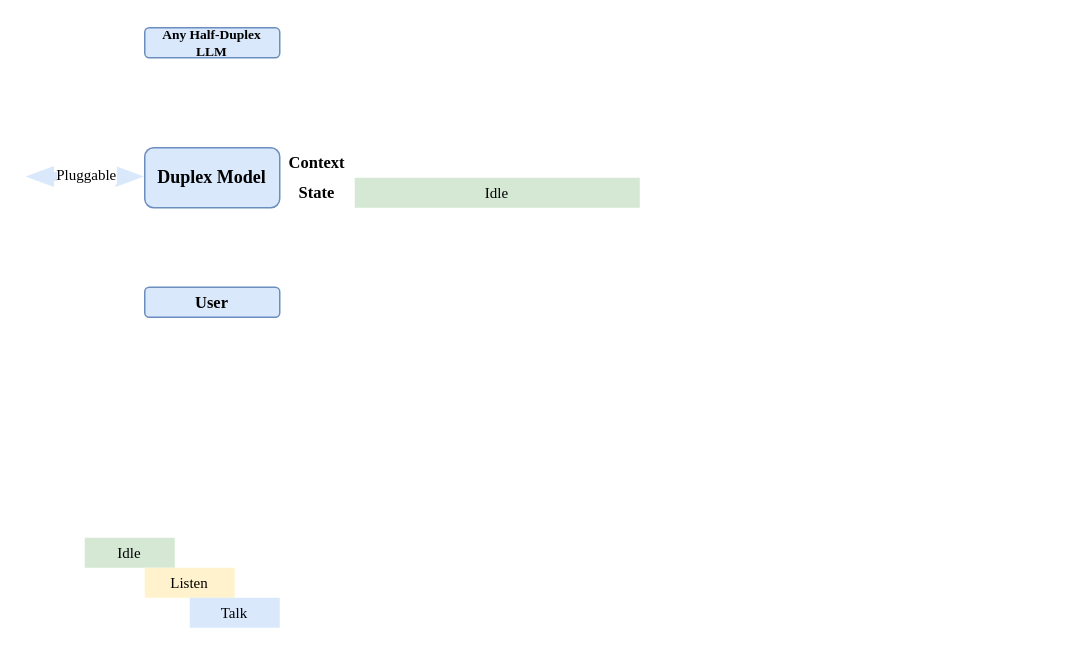
MrYKY/LeetCode_Rec keeps this draw.io diagram as 图1.drawio. Above is the earlier version. Source tidied: cells renumbered, new cells numbered last; positions are measured from the earlier drawing's top-left corner, leaving out a move shared by most shapes. Both pictures are drawn from the tidied source at 150%, with x=0, y=0 at pixel (24, 27).
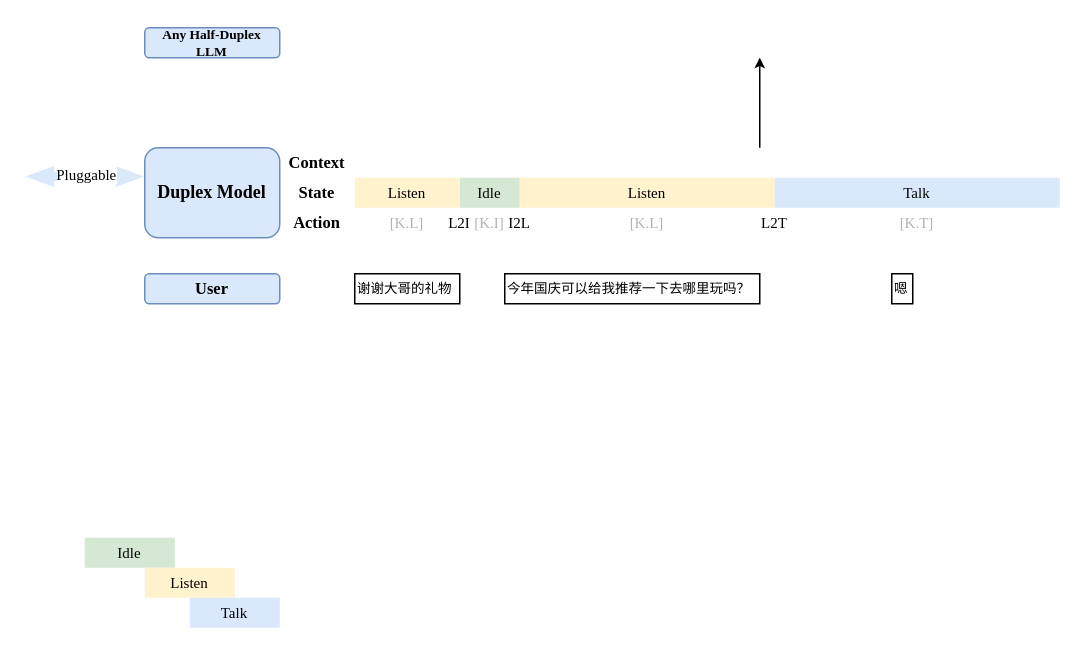
The same page after the edit.

Diff of the diagram source:
```diff
@@
     <mxCell id="5" value="&lt;font face=&quot;Times New Roman&quot;&gt;Duplex Model&lt;/font&gt;" style="rounded=1;whiteSpace=wrap;html=1;fontSize=12;fillColor=#dae8fc;strokeColor=#6c8ebf;glass=0;shadow=0;comic=0;enumerate=0;fontStyle=1;" parent="1" vertex="1">
-      <mxGeometry x="80" y="80" width="90" height="40" as="geometry" />
+      <mxGeometry x="80" y="80" width="90" height="60" as="geometry" />
     </mxCell>
     <mxCell id="6" value="&lt;font face=&quot;Times New Roman&quot;&gt;User&lt;/font&gt;" style="rounded=1;whiteSpace=wrap;html=1;fontSize=11;fillColor=#dae8fc;strokeColor=#6c8ebf;fontStyle=1;" parent="1" vertex="1">
-      <mxGeometry x="80" y="173" width="90" height="20" as="geometry" />
+      <mxGeometry x="80" y="164" width="90" height="20" as="geometry" />
     </mxCell>
     <mxCell id="7" value="Idle" style="rounded=0;whiteSpace=wrap;html=1;strokeColor=none;fillColor=#d5e8d4;fontSize=10;fontFamily=Times New Roman;" parent="1" vertex="1">
-      <mxGeometry x="220" y="100" width="190" height="20" as="geometry" />
+      <mxGeometry x="290" y="100" width="40" height="20" as="geometry" />
     </mxCell>
@@
+    <mxCell id="13" value="谢谢大哥的礼物" style="rounded=0;whiteSpace=wrap;html=1;fontSize=9;fontFamily=Times New Roman;align=left;" parent="1" vertex="1">
+      <mxGeometry x="220" y="164" width="70" height="20" as="geometry" />
+    </mxCell>
+    <mxCell id="14" value="今年国庆可以给我推荐一下去哪里玩吗？" style="rounded=0;whiteSpace=wrap;html=1;fontSize=9;fontFamily=Times New Roman;align=left;" parent="1" vertex="1">
+      <mxGeometry x="320" y="164" width="170" height="20" as="geometry" />
+    </mxCell>
+    <mxCell id="15" value="Listen" style="rounded=0;whiteSpace=wrap;html=1;strokeColor=none;fillColor=#fff2cc;fontSize=10;fontFamily=Times New Roman;" parent="1" vertex="1">
+      <mxGeometry x="220" y="100" width="70" height="20" as="geometry" />
+    </mxCell>
+    <mxCell id="16" value="Listen" style="rounded=0;whiteSpace=wrap;html=1;strokeColor=none;fillColor=#fff2cc;fontSize=10;fontFamily=Times New Roman;" parent="1" vertex="1">
+      <mxGeometry x="330" y="100" width="170" height="20" as="geometry" />
+    </mxCell>
+    <mxCell id="17" value="Talk" style="rounded=0;whiteSpace=wrap;html=1;strokeColor=none;fillColor=#dae8fc;fontSize=10;fontFamily=Times New Roman;" parent="1" vertex="1">
+      <mxGeometry x="500" y="100" width="190" height="20" as="geometry" />
+    </mxCell>
+    <mxCell id="18" style="endArrow=classic;html=1;rounded=0;exitX=0;exitY=0;exitDx=0;exitDy=0;fontSize=9;strokeWidth=1;curved=0;endSize=4;startSize=4;" parent="1" edge="1">
+      <mxGeometry relative="1" as="geometry">
+        <mxPoint x="490" y="80" as="sourcePoint" />
+        <mxPoint x="490" y="20" as="targetPoint" />
+        <Array as="points">
+          <mxPoint x="490" y="20" />
+        </Array>
+      </mxGeometry>
+    </mxCell>
+    <mxCell id="19" value="嗯" style="rounded=0;whiteSpace=wrap;html=1;fontSize=9;fontFamily=Times New Roman;align=left;" parent="1" vertex="1">
+      <mxGeometry x="578" y="164" width="14" height="20" as="geometry" />
+    </mxCell>
+    <mxCell id="20" value="L2I" style="text;html=1;align=center;verticalAlign=middle;whiteSpace=wrap;rounded=0;fontSize=10;fontFamily=Times New Roman;" parent="1" vertex="1">
+      <mxGeometry x="280" y="120" width="20" height="20" as="geometry" />
+    </mxCell>
+    <mxCell id="21" value="I2L" style="text;html=1;align=center;verticalAlign=middle;whiteSpace=wrap;rounded=0;fontSize=10;fontFamily=Times New Roman;" parent="1" vertex="1">
+      <mxGeometry x="320" y="120" width="20" height="20" as="geometry" />
+    </mxCell>
+    <mxCell id="22" value="L2T" style="text;html=1;align=center;verticalAlign=middle;whiteSpace=wrap;rounded=0;fontSize=10;fontFamily=Times New Roman;" parent="1" vertex="1">
+      <mxGeometry x="490" y="120" width="20" height="20" as="geometry" />
+    </mxCell>
+    <mxCell id="23" value="[K.L]" style="text;html=1;align=center;verticalAlign=middle;whiteSpace=wrap;rounded=0;fontSize=10;fontFamily=Times New Roman;fontColor=#B3B3B3;" parent="1" vertex="1">
+      <mxGeometry x="245" y="120" width="20" height="20" as="geometry" />
+    </mxCell>
+    <mxCell id="24" value="Action" style="text;html=1;align=center;verticalAlign=middle;whiteSpace=wrap;rounded=0;fontSize=11;fontFamily=Times New Roman;fontStyle=1;" parent="1" vertex="1">
+      <mxGeometry x="180" y="120" width="30" height="20" as="geometry" />
+    </mxCell>
+    <mxCell id="25" value="[K.L]" style="text;html=1;align=center;verticalAlign=middle;whiteSpace=wrap;rounded=0;fontSize=10;fontFamily=Times New Roman;fontColor=#B3B3B3;" parent="1" vertex="1">
+      <mxGeometry x="405" y="120" width="20" height="20" as="geometry" />
+    </mxCell>
+    <mxCell id="26" value="[K.T]" style="text;html=1;align=center;verticalAlign=middle;whiteSpace=wrap;rounded=0;fontSize=10;fontFamily=Times New Roman;fontColor=#B3B3B3;" parent="1" vertex="1">
+      <mxGeometry x="585" y="120" width="20" height="20" as="geometry" />
+    </mxCell>
+    <mxCell id="27" value="[K.I]" style="text;html=1;align=center;verticalAlign=middle;whiteSpace=wrap;rounded=0;fontSize=10;fontFamily=Times New Roman;fontColor=#B3B3B3;" parent="1" vertex="1">
+      <mxGeometry x="300" y="120" width="20" height="20" as="geometry" />
+    </mxCell>
```
